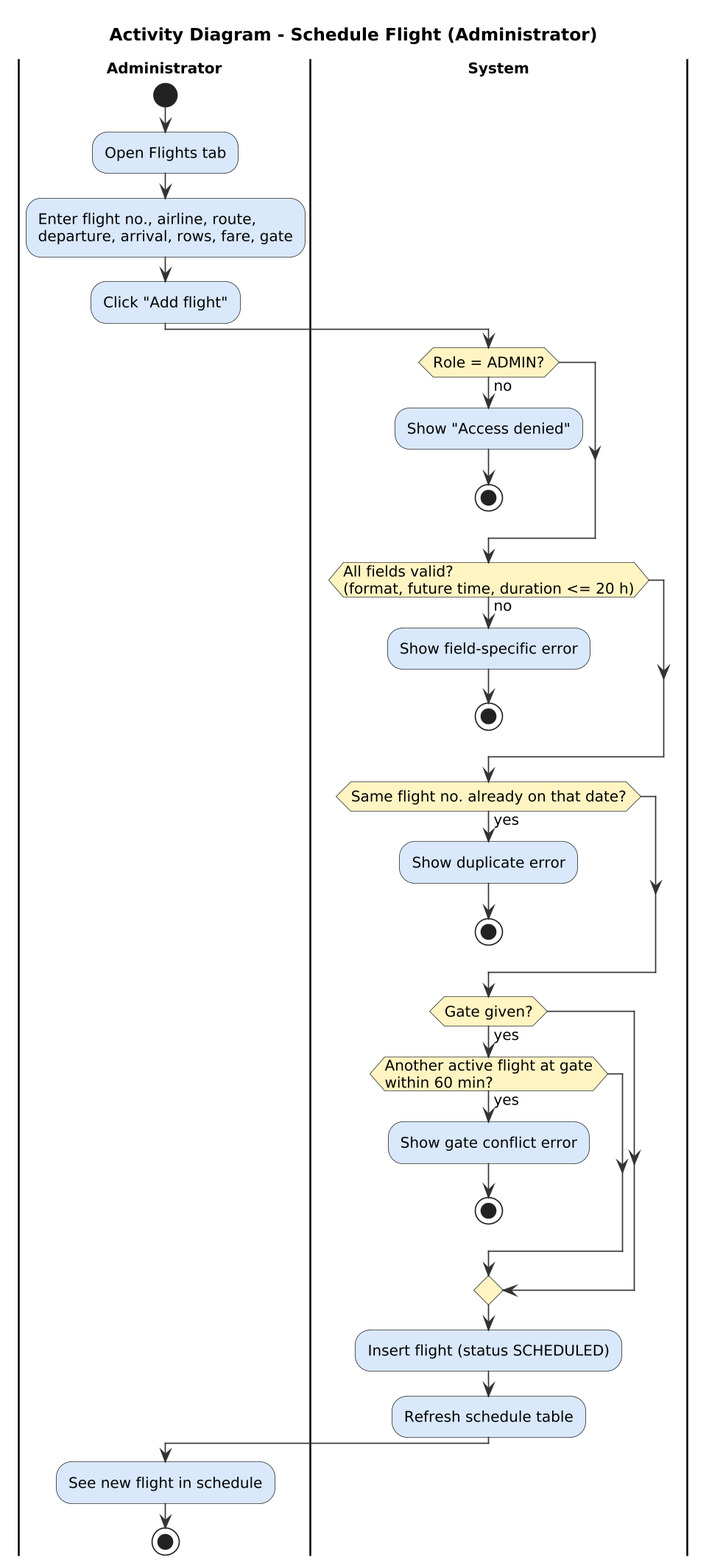
Before: docs/uml/activity_schedule.png, a diagram exported from PlantUML (praksingh-2702/AirportMS). Source of this version:
```plantuml
@startuml
!include _style.iuml
title Activity Diagram - Schedule Flight (Administrator)
|Administrator|
start
:Open Flights tab;
:Enter flight no., airline, route,\ndeparture, arrival, rows, fare, gate;
:Click "Add flight";
|System|
if (Role = ADMIN?) then (no)
  :Show "Access denied";
  stop
endif
if (All fields valid?\n(format, future time, duration <= 20 h)) then (no)
  :Show field-specific error;
  stop
endif
if (Same flight no. already on that date?) then (yes)
  :Show duplicate error;
  stop
endif
if (Gate given?) then (yes)
  if (Another active flight at gate\nwithin 60 min?) then (yes)
    :Show gate conflict error;
    stop
  endif
endif
:Insert flight (status SCHEDULED);
:Refresh schedule table;
|Administrator|
:See new flight in schedule;
stop
@enduml
```
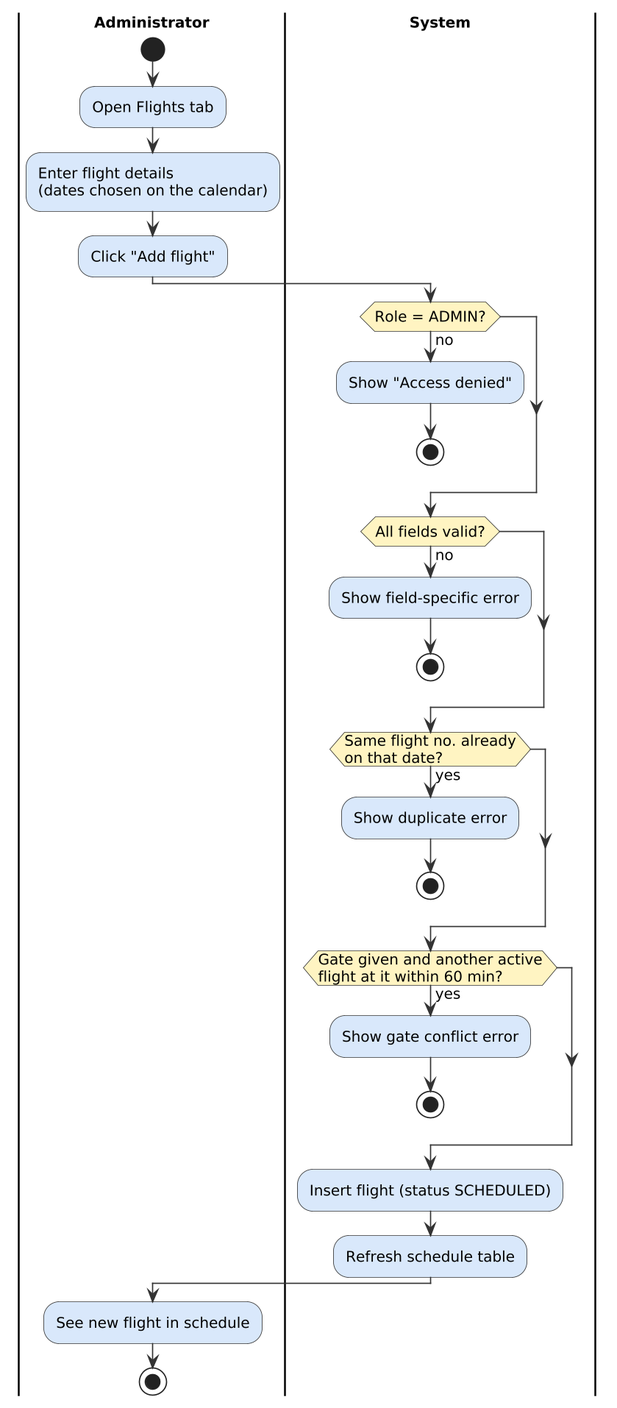
After the change.

What changed in the source:
```diff
@@ -1,29 +1,26 @@
 @startuml
 !include _style.iuml
-title Activity Diagram - Schedule Flight (Administrator)
 |Administrator|
 start
 :Open Flights tab;
-:Enter flight no., airline, route,\ndeparture, arrival, rows, fare, gate;
+:Enter flight details\n(dates chosen on the calendar);
 :Click "Add flight";
 |System|
 if (Role = ADMIN?) then (no)
   :Show "Access denied";
   stop
 endif
-if (All fields valid?\n(format, future time, duration <= 20 h)) then (no)
+if (All fields valid?) then (no)
   :Show field-specific error;
   stop
 endif
-if (Same flight no. already on that date?) then (yes)
+if (Same flight no. already\non that date?) then (yes)
   :Show duplicate error;
   stop
 endif
-if (Gate given?) then (yes)
-  if (Another active flight at gate\nwithin 60 min?) then (yes)
-    :Show gate conflict error;
-    stop
-  endif
+if (Gate given and another active\nflight at it within 60 min?) then (yes)
+  :Show gate conflict error;
+  stop
 endif
 :Insert flight (status SCHEDULED);
 :Refresh schedule table;
```
